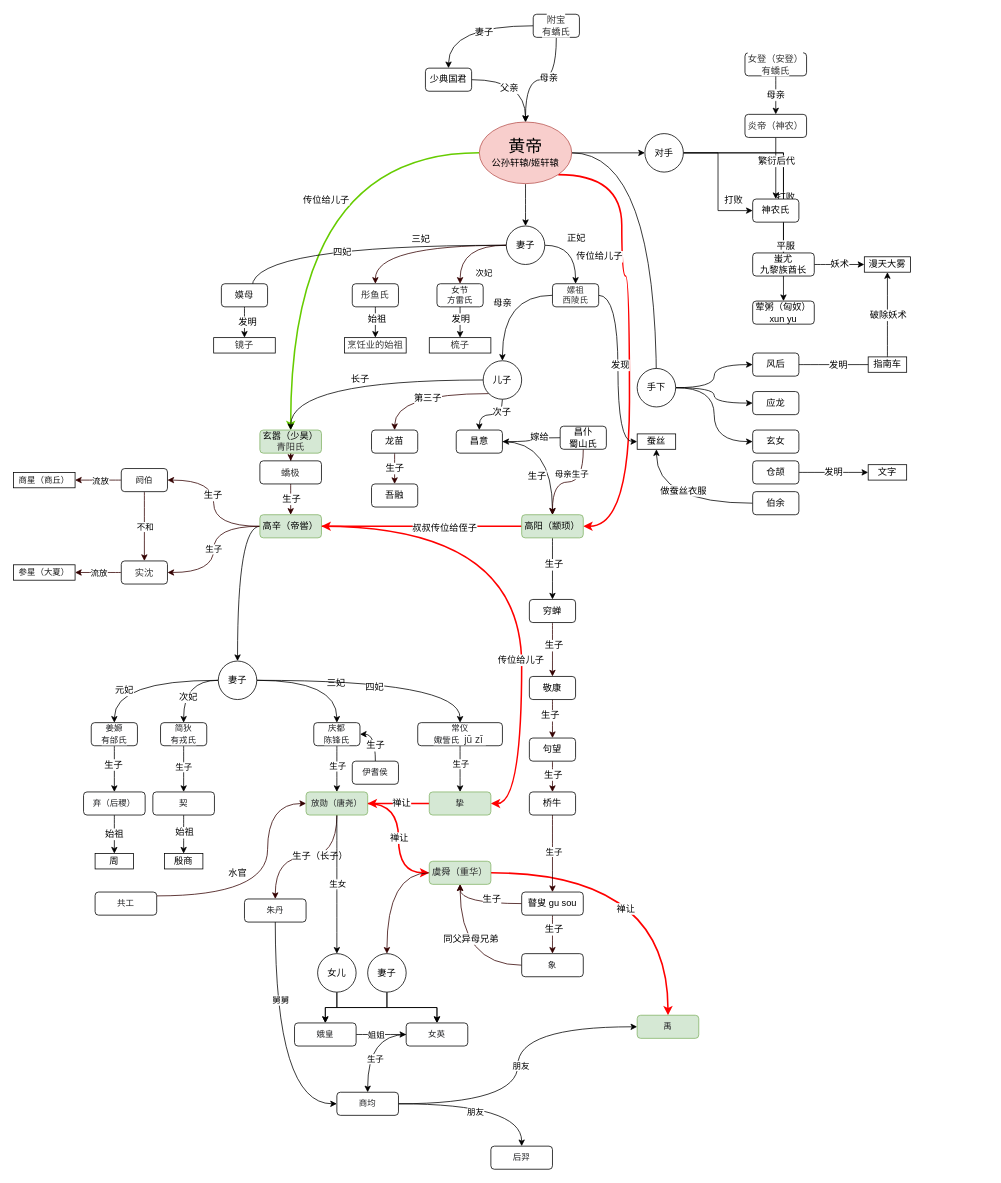
Before: 黄帝.drawio in littlebeer/drawio, a draw.io diagram. Source tidied: cells renumbered, new cells numbered last; positions are measured from the earlier drawing's top-left corner, leaving out a move shared by most shapes. Both pictures are drawn from the tidied source at 77%, with x=0, y=0 at pixel (13, 14).
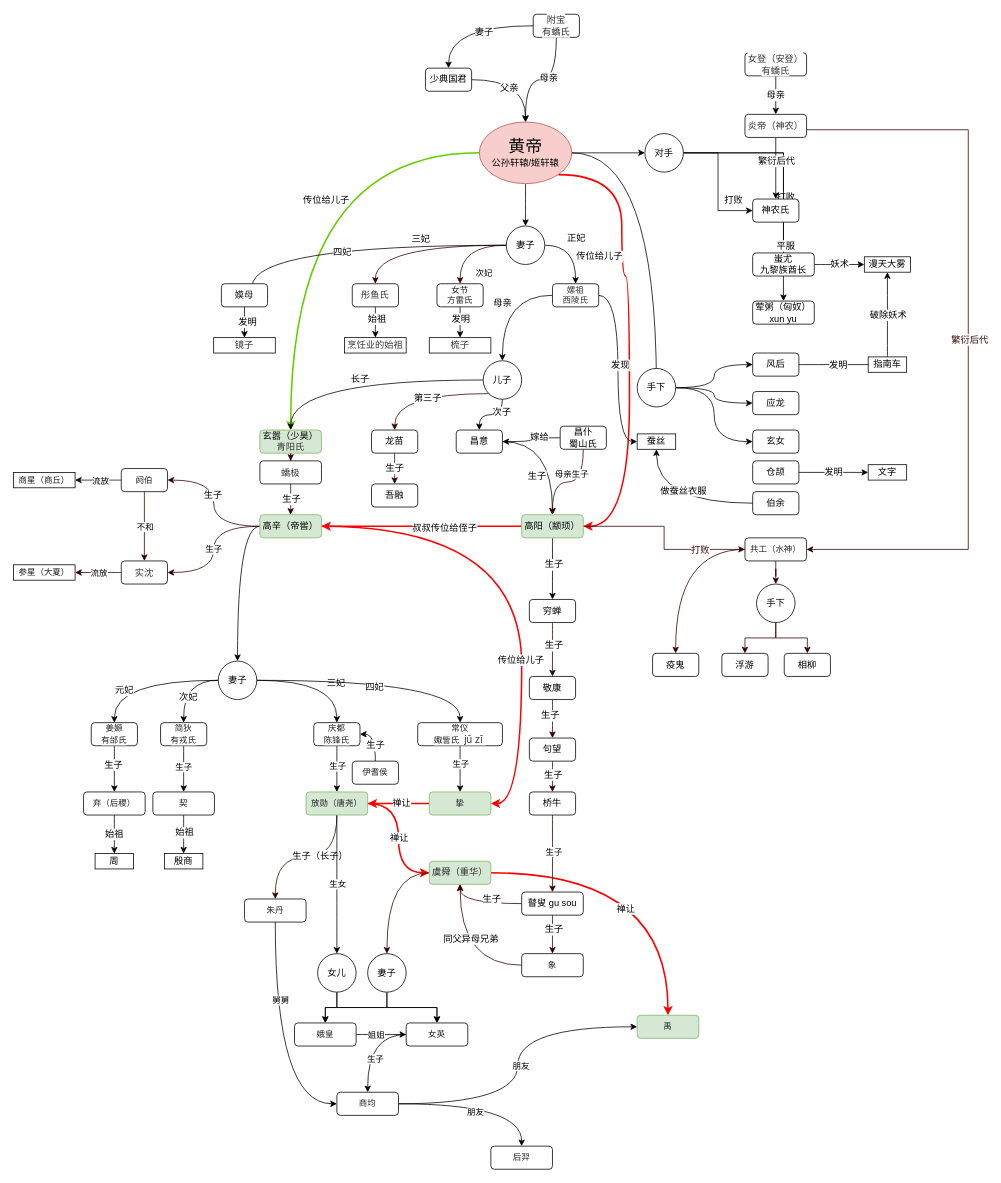
After the change.

The change refers to these unchanged cells:
```xml
<mxCell id="25" value="&lt;span style=&quot;color: rgb(51 , 51 , 51) ; font-family: &amp;#34;helvetica neue&amp;#34; , &amp;#34;helvetica&amp;#34; , &amp;#34;arial&amp;#34; , &amp;#34;pingfang sc&amp;#34; , &amp;#34;hiragino sans gb&amp;#34; , &amp;#34;microsoft yahei&amp;#34; , &amp;#34;wenquanyi micro hei&amp;#34; , sans-serif ; text-indent: 28px ; background-color: rgb(255 , 255 , 255)&quot;&gt;炎帝（神农）&lt;/span&gt;" style="rounded=1;whiteSpace=wrap;html=1;fontSize=12;" parent="1" vertex="1">
  <mxGeometry x="950" y="130" width="80" height="30" as="geometry" />
</mxCell>
<mxCell id="87" value="高阳（颛顼）" style="rounded=1;whiteSpace=wrap;html=1;fontSize=12;fillColor=#d5e8d4;strokeColor=#82b366;" parent="1" vertex="1">
  <mxGeometry x="660" y="650" width="80" height="30" as="geometry" />
</mxCell>
<mxCell id="123" value="&lt;span style=&quot;color: rgb(32 , 33 , 36) ; font-family: &amp;#34;menlo&amp;#34; , monospace ; font-size: 11px ; text-align: left&quot;&gt;放勋（唐尧）&lt;br&gt;&lt;/span&gt;" style="rounded=1;whiteSpace=wrap;html=1;fontSize=12;fillColor=#D5E8D4;strokeColor=#82b366;" parent="1" vertex="1">
  <mxGeometry x="380" y="1010" width="80" height="30" as="geometry" />
</mxCell>
```

What changed in the source:
```diff
@@
+    <mxCell id="214" style="edgeStyle=orthogonalEdgeStyle;rounded=0;jettySize=auto;html=1;entryX=1;entryY=0.5;entryDx=0;entryDy=0;fontSize=12;fontColor=#FF0000;strokeColor=#330000;strokeWidth=1;" parent="1" edge="1" source="25" target="174">
+      <mxGeometry relative="1" as="geometry">
+        <Array as="points">
+          <mxPoint x="1240" y="150" />
+          <mxPoint x="1240" y="695" />
+        </Array>
+      </mxGeometry>
+    </mxCell>
+    <mxCell id="215" value="繁衍后代" style="edgeLabel;html=1;align=center;verticalAlign=middle;fontSize=12;fontColor=#330000;" parent="214" vertex="1">
+      <mxGeometry y="1" relative="1" as="geometry">
+        <mxPoint y="-1" as="offset" />
+      </mxGeometry>
+    </mxCell>
@@
+    <mxCell id="216" style="edgeStyle=orthogonalEdgeStyle;rounded=0;jettySize=auto;html=1;fontSize=12;fontColor=#330000;strokeColor=#330000;strokeWidth=1;" parent="1" edge="1" source="87" target="174">
+      <mxGeometry relative="1" as="geometry" />
+    </mxCell>
+    <mxCell id="217" value="打败" style="edgeLabel;html=1;align=center;verticalAlign=middle;fontSize=12;fontColor=#330000;" parent="216" vertex="1">
+      <mxGeometry x="0.41" relative="1" as="geometry">
+        <mxPoint x="12" as="offset" />
+      </mxGeometry>
+    </mxCell>
@@
-    <mxCell id="172" style="edgeStyle=orthogonalEdgeStyle;curved=1;rounded=0;jettySize=auto;html=1;entryX=0;entryY=0.5;entryDx=0;entryDy=0;fontSize=12;strokeColor=#330000;strokeWidth=1;" parent="1" edge="1" source="174" target="123">
-      <mxGeometry relative="1" as="geometry">
-        <Array as="points">
-          <mxPoint x="330" y="1145" />
-          <mxPoint x="330" y="1025" />
-        </Array>
-      </mxGeometry>
-    </mxCell>
-    <mxCell id="173" value="水官" style="edgeLabel;html=1;align=center;verticalAlign=middle;fontSize=12;" parent="172" vertex="1">
-      <mxGeometry x="-0.25" y="-5" relative="1" as="geometry">
-        <mxPoint x="-14" y="-35" as="offset" />
-      </mxGeometry>
-    </mxCell>
+    <mxCell id="218" style="edgeStyle=orthogonalEdgeStyle;rounded=0;jettySize=auto;html=1;fontSize=12;fontColor=#330000;strokeColor=#330000;strokeWidth=1;" parent="1" edge="1" source="174" target="222">
+      <mxGeometry relative="1" as="geometry" />
+    </mxCell>
+    <mxCell id="219" style="edgeStyle=orthogonalEdgeStyle;rounded=0;jettySize=auto;html=1;fontSize=12;fontColor=#330000;strokeColor=#330000;strokeWidth=1;curved=1;" parent="1" edge="1" source="174" target="225">
+      <mxGeometry relative="1" as="geometry" />
+    </mxCell>
-    <mxCell id="174" value="&lt;span style=&quot;color: rgb(32 , 33 , 36) ; font-family: &amp;#34;menlo&amp;#34; , monospace ; font-size: 11px ; text-align: left ; background-color: rgb(255 , 255 , 255)&quot;&gt;共工&lt;br&gt;&lt;/span&gt;" style="rounded=1;whiteSpace=wrap;html=1;fontSize=12;" parent="1" vertex="1">
-      <mxGeometry x="106" y="1140" width="80" height="30" as="geometry" />
+    <mxCell id="174" value="&lt;span style=&quot;color: rgb(32 , 33 , 36) ; font-family: &amp;quot;menlo&amp;quot; , monospace ; font-size: 11px ; text-align: left ; background-color: rgb(255 , 255 , 255)&quot;&gt;共工（水神）&lt;br&gt;&lt;/span&gt;" style="rounded=1;whiteSpace=wrap;html=1;fontSize=12;" parent="1" vertex="1">
+      <mxGeometry x="950" y="680" width="80" height="30" as="geometry" />
     </mxCell>
@@
+    <mxCell id="220" style="edgeStyle=orthogonalEdgeStyle;rounded=0;jettySize=auto;html=1;fontSize=12;fontColor=#330000;strokeColor=#330000;strokeWidth=1;" parent="1" edge="1" source="222" target="223">
+      <mxGeometry relative="1" as="geometry" />
+    </mxCell>
+    <mxCell id="221" style="edgeStyle=orthogonalEdgeStyle;rounded=0;jettySize=auto;html=1;fontSize=12;fontColor=#330000;strokeColor=#330000;strokeWidth=1;" parent="1" edge="1" source="222" target="224">
+      <mxGeometry relative="1" as="geometry" />
+    </mxCell>
+    <mxCell id="222" value="手下" style="ellipse;whiteSpace=wrap;html=1;fontSize=12;" parent="1" vertex="1">
+      <mxGeometry x="965" y="740" width="50" height="50" as="geometry" />
+    </mxCell>
+    <mxCell id="223" value="浮游" style="rounded=1;whiteSpace=wrap;html=1;fontSize=12;" parent="1" vertex="1">
+      <mxGeometry x="920" y="830" width="60" height="30" as="geometry" />
+    </mxCell>
+    <mxCell id="224" value="相柳" style="rounded=1;whiteSpace=wrap;html=1;fontSize=12;" parent="1" vertex="1">
+      <mxGeometry x="1001" y="830" width="60" height="30" as="geometry" />
+    </mxCell>
+    <mxCell id="225" value="疫鬼" style="rounded=1;whiteSpace=wrap;html=1;fontSize=12;" parent="1" vertex="1">
+      <mxGeometry x="830" y="830" width="60" height="30" as="geometry" />
+    </mxCell>
```
